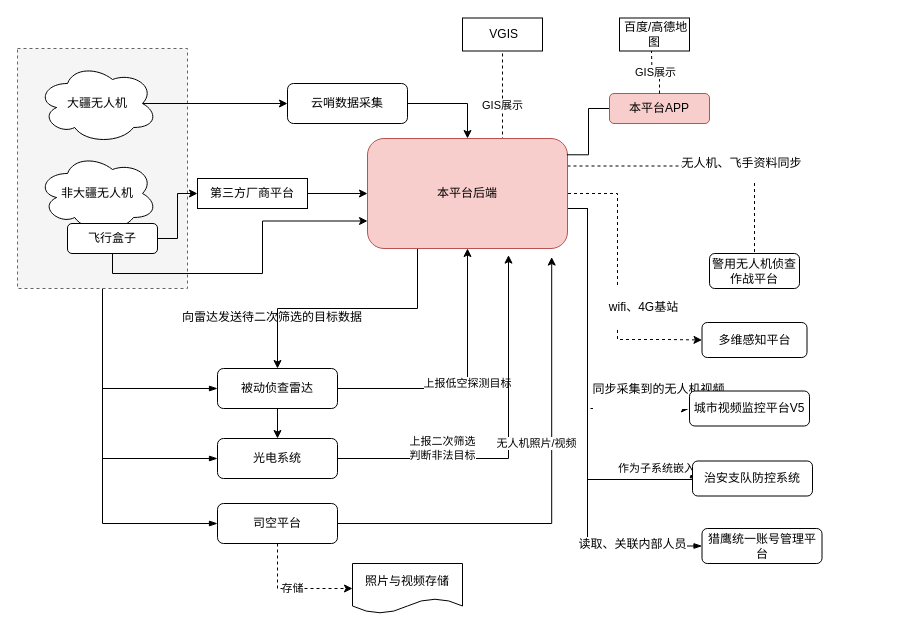
The draw.io diagram 无人机.drawio in JefferNew/data2wisdom, before the edit. Source tidied: cells renumbered, new cells numbered last; positions are measured from the earlier drawing's top-left corner, leaving out a move shared by most shapes. Both pictures are drawn from the tidied source at 100%, with x=0, y=0 at pixel (17, 18).
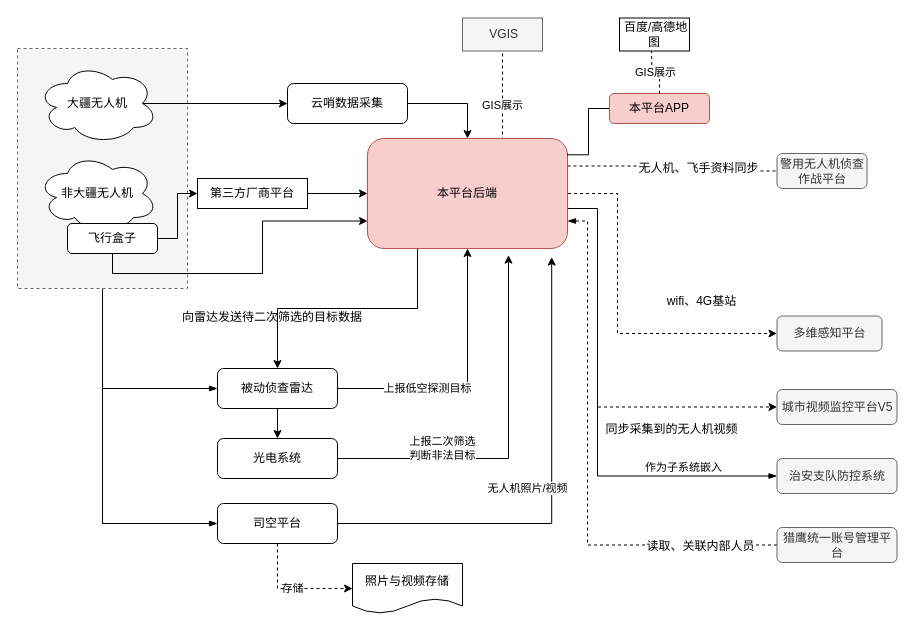
The same page after the edit.

Unchanged cells that the change refers to:
```xml
<mxCell id="5" style="rounded=0;whiteSpace=wrap;html=1;dashed=1;fillColor=#f5f5f5;strokeColor=#666666;fontColor=#333333;" parent="1" vertex="1">
  <mxGeometry y="30" width="170" height="240" as="geometry" />
</mxCell>
<mxCell id="12" value="被动侦查雷达" style="rounded=1;whiteSpace=wrap;html=1;" parent="1" vertex="1">
  <mxGeometry x="200" y="350" width="120" height="40" as="geometry" />
</mxCell>
<mxCell id="14" value="光电系统" style="rounded=1;whiteSpace=wrap;html=1;" parent="1" vertex="1">
  <mxGeometry x="200" y="420" width="120" height="40" as="geometry" />
</mxCell>
<mxCell id="17" value="司空平台" style="rounded=1;whiteSpace=wrap;html=1;" parent="1" vertex="1">
  <mxGeometry x="200" y="485" width="120" height="40" as="geometry" />
</mxCell>
<mxCell id="33" value="本平台后端" style="rounded=1;whiteSpace=wrap;html=1;fillColor=#f8cecc;strokeColor=#b85450;labelPosition=center;verticalLabelPosition=middle;align=center;verticalAlign=middle;" parent="1" vertex="1">
  <mxGeometry x="350" y="120" width="200" height="110" as="geometry" />
</mxCell>
```

The edit, as a diff of the source:
```diff
@@
-    <mxCell id="3" style="edgeStyle=orthogonalEdgeStyle;rounded=0;jettySize=auto;html=1;exitX=0.5;exitY=1;exitDx=0;exitDy=0;entryX=0;entryY=0.5;entryDx=0;entryDy=0;endArrow=blockThin;endFill=1;" parent="1" edge="1" source="5" target="14">
-      <mxGeometry relative="1" as="geometry" />
-    </mxCell>
@@
     <mxCell id="10" value="上报低空探测目标" style="edgeStyle=orthogonalEdgeStyle;rounded=0;jettySize=auto;html=1;entryX=0.5;entryY=1;entryDx=0;entryDy=0;" parent="1" edge="1" source="12" target="33">
-      <mxGeometry relative="1" as="geometry" />
+      <mxGeometry x="-0.33" relative="1" as="geometry" />
     </mxCell>
@@
     <mxCell id="15" value="无人机照片/视频" style="edgeStyle=orthogonalEdgeStyle;rounded=0;jettySize=auto;html=1;exitX=1;exitY=0.5;exitDx=0;exitDy=0;entryX=0.921;entryY=1.078;entryDx=0;entryDy=0;entryPerimeter=0;" parent="1" edge="1" source="17" target="33">
-      <mxGeometry x="-0.34" y="40" relative="1" as="geometry">
-        <mxPoint x="40" y="-40" as="offset" />
-      </mxGeometry>
+      <mxGeometry x="-0.21" y="35" relative="1" as="geometry" />
     </mxCell>
@@
-    <mxCell id="23" style="edgeStyle=orthogonalEdgeStyle;rounded=0;jettySize=auto;html=1;exitX=1;exitY=0.5;exitDx=0;exitDy=0;entryX=0;entryY=0.5;entryDx=0;entryDy=0;dashed=1;" parent="1" edge="1" source="33" target="38">
+    <mxCell id="23" style="edgeStyle=orthogonalEdgeStyle;rounded=0;jettySize=auto;html=1;exitX=1;exitY=0.5;exitDx=0;exitDy=0;dashed=1;entryX=0;entryY=0.5;entryDx=0;entryDy=0;" parent="1" edge="1" source="33" target="38">
       <mxGeometry relative="1" as="geometry">
         <Array as="points">
+          <mxPoint x="540" y="175" />
           <mxPoint x="540" y="190" />
-          <mxPoint x="570" y="190" />
-          <mxPoint x="570" y="390" />
+          <mxPoint x="580" y="190" />
+          <mxPoint x="580" y="389" />
         </Array>
       </mxGeometry>
     </mxCell>
@@
     <mxCell id="25" style="edgeStyle=orthogonalEdgeStyle;rounded=0;jettySize=auto;html=1;exitX=1;exitY=0.25;exitDx=0;exitDy=0;dashed=1;entryX=0;entryY=0.5;entryDx=0;entryDy=0;" parent="1" edge="1" source="33" target="43">
       <mxGeometry relative="1" as="geometry">
         <Array as="points">
+          <mxPoint x="540" y="148" />
           <mxPoint x="540" y="175" />
           <mxPoint x="600" y="175" />
-          <mxPoint x="600" y="321" />
-          <mxPoint x="650" y="321" />
-          <mxPoint x="650" y="322" />
+          <mxPoint x="600" y="315" />
         </Array>
       </mxGeometry>
     </mxCell>
@@
-    <mxCell id="30" value="作为子系统嵌入" style="edgeStyle=orthogonalEdgeStyle;rounded=0;jettySize=auto;html=1;exitX=1;exitY=0.75;exitDx=0;exitDy=0;entryX=0;entryY=0.25;entryDx=0;entryDy=0;endArrow=blockThin;endFill=1;" parent="1" edge="1" source="33" target="45">
-      <mxGeometry x="0.78" y="11" relative="1" as="geometry">
+    <mxCell id="30" value="作为子系统嵌入" style="edgeStyle=orthogonalEdgeStyle;rounded=0;jettySize=auto;html=1;exitX=1;exitY=0.75;exitDx=0;exitDy=0;entryX=0;entryY=0.5;entryDx=0;entryDy=0;endArrow=blockThin;endFill=1;" parent="1" edge="1" source="33" target="45">
+      <mxGeometry x="0.62" y="9" relative="1" as="geometry">
         <Array as="points">
-          <mxPoint x="570" y="190" />
-          <mxPoint x="570" y="461" />
+          <mxPoint x="550" y="190" />
+          <mxPoint x="580" y="190" />
+          <mxPoint x="580" y="458" />
         </Array>
       </mxGeometry>
     </mxCell>
-    <mxCell id="31" style="edgeStyle=orthogonalEdgeStyle;rounded=0;jettySize=auto;html=1;exitX=1;exitY=0.75;exitDx=0;exitDy=0;entryX=0;entryY=0.5;entryDx=0;entryDy=0;endArrow=blockThin;endFill=1;" parent="1" edge="1" source="33" target="46">
-      <mxGeometry relative="1" as="geometry">
-        <Array as="points">
-          <mxPoint x="570" y="190" />
-          <mxPoint x="570" y="528" />
-        </Array>
-      </mxGeometry>
-    </mxCell>
-    <mxCell id="32" value="读取、关联内部人员" style="text;html=1;align=center;verticalAlign=middle;labelBackgroundColor=#ffffff;" parent="31" vertex="1">
-      <mxGeometry x="0.71" y="2" relative="1" as="geometry" />
-    </mxCell>
@@
-    <mxCell id="38" value="&lt;p&gt;&lt;span&gt;&lt;font face=&quot;宋体&quot;&gt;城市视频监控平台&lt;/font&gt;V&lt;/span&gt;&lt;span&gt;5&lt;/span&gt;&lt;/p&gt;" style="rounded=1;whiteSpace=wrap;html=1;" parent="1" vertex="1">
-      <mxGeometry x="672" y="372.5" width="120" height="35" as="geometry" />
+    <mxCell id="38" value="&lt;p&gt;&lt;span&gt;&lt;font face=&quot;宋体&quot;&gt;城市视频监控平台&lt;/font&gt;V&lt;/span&gt;&lt;span&gt;5&lt;/span&gt;&lt;/p&gt;" style="rounded=1;whiteSpace=wrap;html=1;fillColor=#f5f5f5;strokeColor=#666666;fontColor=#333333;" parent="1" vertex="1">
+      <mxGeometry x="759.5" y="371" width="120" height="35" as="geometry" />
     </mxCell>
-    <mxCell id="39" value="&amp;nbsp;VGIS" style="rounded=0;whiteSpace=wrap;html=1;" parent="1" vertex="1">
+    <mxCell id="39" value="&amp;nbsp;VGIS" style="rounded=0;whiteSpace=wrap;html=1;fillColor=#f5f5f5;strokeColor=#666666;fontColor=#333333;" parent="1" vertex="1">
       <mxGeometry x="445" y="-0.5" width="80" height="33" as="geometry" />
     </mxCell>
@@
-    <mxCell id="43" value="&lt;p&gt;&lt;span&gt;&lt;font face=&quot;宋体&quot;&gt;多维感知平台&lt;/font&gt;&lt;/span&gt;&lt;/p&gt;" style="rounded=1;whiteSpace=wrap;html=1;" parent="1" vertex="1">
-      <mxGeometry x="684.5" y="304" width="105" height="35" as="geometry" />
+    <mxCell id="43" value="&lt;p&gt;&lt;span&gt;&lt;font face=&quot;宋体&quot;&gt;多维感知平台&lt;/font&gt;&lt;/span&gt;&lt;/p&gt;" style="rounded=1;whiteSpace=wrap;html=1;fillColor=#f5f5f5;strokeColor=#666666;fontColor=#333333;" parent="1" vertex="1">
+      <mxGeometry x="759.5" y="297.5" width="105" height="35" as="geometry" />
     </mxCell>
-    <mxCell id="44" value="&lt;p&gt;&lt;span&gt;&lt;font face=&quot;宋体&quot;&gt;警用无人机侦查作战平台&lt;/font&gt;&lt;/span&gt;&lt;/p&gt;" style="rounded=1;whiteSpace=wrap;html=1;" parent="1" vertex="1">
-      <mxGeometry x="692" y="235" width="90" height="35" as="geometry" />
+    <mxCell id="44" value="&lt;p&gt;&lt;span&gt;&lt;font face=&quot;宋体&quot;&gt;警用无人机侦查作战平台&lt;/font&gt;&lt;/span&gt;&lt;/p&gt;" style="rounded=1;whiteSpace=wrap;html=1;fillColor=#f5f5f5;strokeColor=#666666;fontColor=#333333;" parent="1" vertex="1">
+      <mxGeometry x="759.5" y="135" width="90" height="35" as="geometry" />
     </mxCell>
-    <mxCell id="45" value="&lt;p&gt;&lt;span&gt;&lt;font face=&quot;宋体&quot;&gt;治安支队防控系统&lt;/font&gt;&lt;/span&gt;&lt;/p&gt;" style="rounded=1;whiteSpace=wrap;html=1;" parent="1" vertex="1">
-      <mxGeometry x="675" y="442.5" width="120" height="35" as="geometry" />
+    <mxCell id="45" value="&lt;p&gt;&lt;span&gt;&lt;font face=&quot;宋体&quot;&gt;治安支队防控系统&lt;/font&gt;&lt;/span&gt;&lt;/p&gt;" style="rounded=1;whiteSpace=wrap;html=1;fillColor=#f5f5f5;strokeColor=#666666;fontColor=#333333;" parent="1" vertex="1">
+      <mxGeometry x="759.5" y="440" width="120" height="35" as="geometry" />
     </mxCell>
+    <mxCell id="48" style="edgeStyle=orthogonalEdgeStyle;rounded=0;jettySize=auto;html=1;exitX=0;exitY=0.5;exitDx=0;exitDy=0;entryX=1;entryY=0.75;entryDx=0;entryDy=0;dashed=1;startArrow=none;startFill=0;endArrow=blockThin;endFill=1;" parent="1" edge="1" source="46" target="33">
+      <mxGeometry relative="1" as="geometry">
+        <Array as="points">
+          <mxPoint x="570" y="527" />
+          <mxPoint x="570" y="203" />
+        </Array>
+      </mxGeometry>
+    </mxCell>
+    <mxCell id="32" value="读取、关联内部人员" style="text;html=1;align=center;verticalAlign=middle;labelBackgroundColor=#ffffff;" parent="48" vertex="1">
+      <mxGeometry x="-0.71" y="1" relative="1" as="geometry" />
+    </mxCell>
-    <mxCell id="46" value="&lt;p&gt;&lt;span&gt;&lt;font face=&quot;宋体&quot;&gt;猎鹰统一账号管理平台&lt;/font&gt;&lt;/span&gt;&lt;/p&gt;" style="rounded=1;whiteSpace=wrap;html=1;" parent="1" vertex="1">
-      <mxGeometry x="684.5" y="510" width="120" height="35" as="geometry" />
+    <mxCell id="46" value="&lt;p&gt;&lt;span&gt;&lt;font face=&quot;宋体&quot;&gt;猎鹰统一账号管理平台&lt;/font&gt;&lt;/span&gt;&lt;/p&gt;" style="rounded=1;whiteSpace=wrap;html=1;fillColor=#f5f5f5;strokeColor=#666666;fontColor=#333333;" parent="1" vertex="1">
+      <mxGeometry x="759.5" y="509" width="120" height="35" as="geometry" />
     </mxCell>
```
